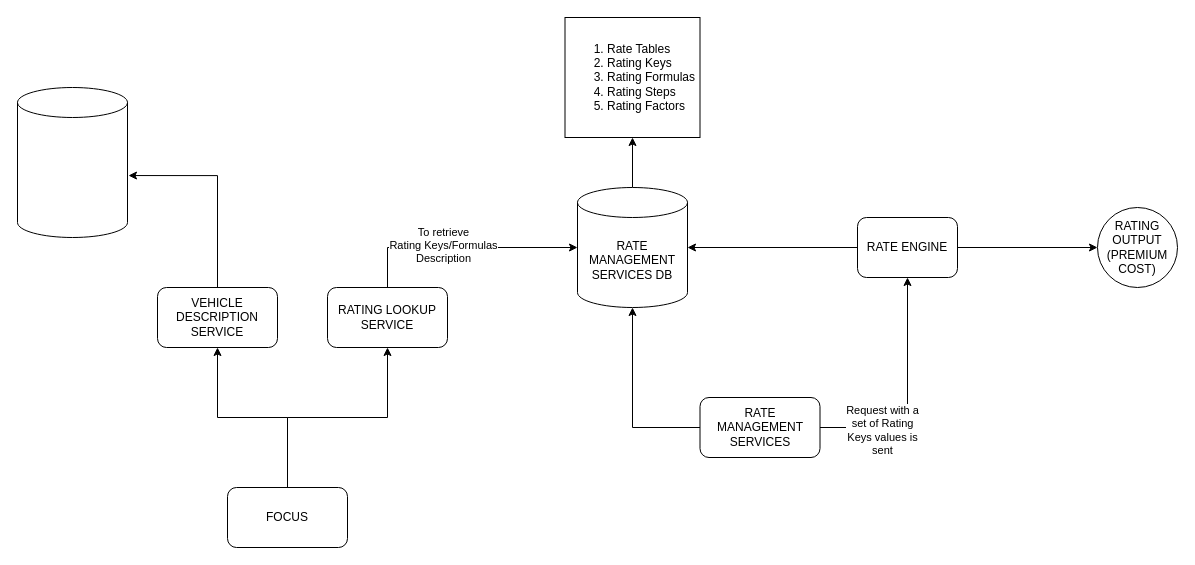
Earlier version of the draw.io diagram Untitled Diagram.drawio (Alan-Mejia-Mtz/hello-world). Source tidied: cells renumbered, new cells numbered last; positions are measured from the earlier drawing's top-left corner, leaving out a move shared by most shapes. Both pictures are drawn from the tidied source at 100%, with x=0, y=0 at pixel (17, 17).
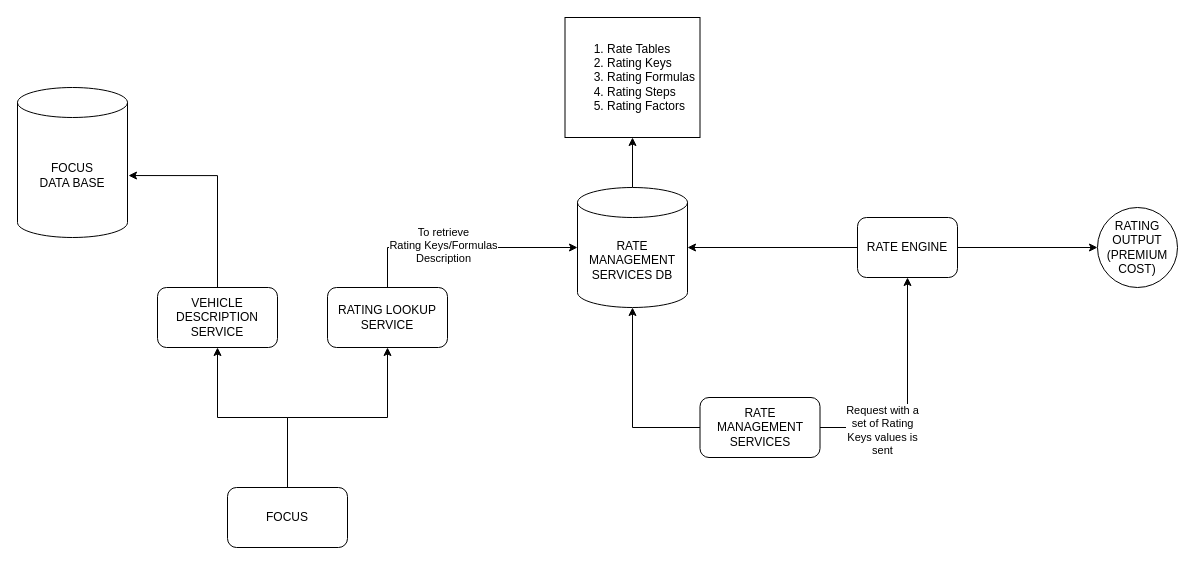
Above is the later version.

Diff of the diagram source:
```diff
@@
-    <mxCell id="20" style="shape=cylinder3;whiteSpace=wrap;html=1;boundedLbl=1;backgroundOutline=1;size=15;" parent="1" vertex="1">
+    <mxCell id="20" value="FOCUS&lt;br&gt;DATA BASE" style="shape=cylinder3;whiteSpace=wrap;html=1;boundedLbl=1;backgroundOutline=1;size=15;" parent="1" vertex="1">
       <mxGeometry y="70" width="110" height="150" as="geometry" />
     </mxCell>
```
